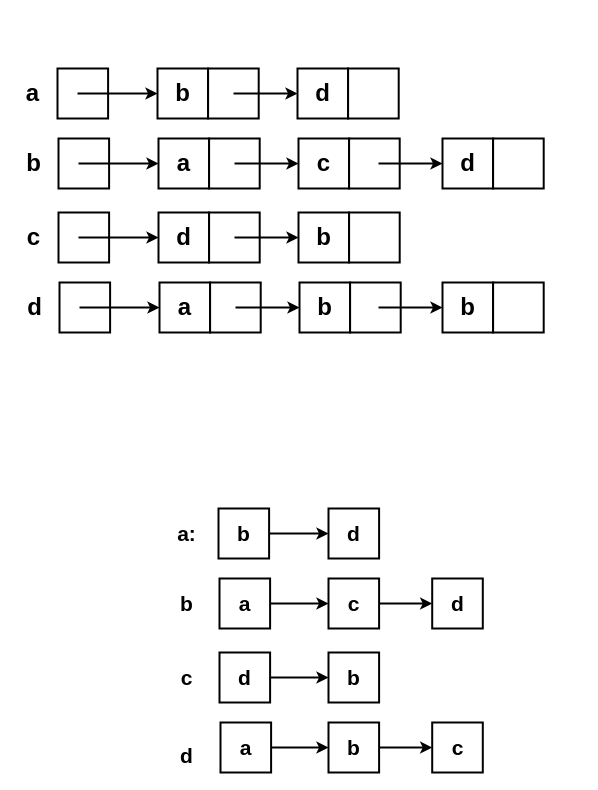
This is ds_graphs/drawio/adj-list.drawio from francisco-ricardo/ntm_post, a draw.io file, before an edit. Source tidied: cells renumbered, new cells numbered last; positions are measured from the earlier drawing's top-left corner, leaving out a move shared by most shapes. Both pictures are drawn from the tidied source at 100%, with x=0, y=0 at pixel (17, 68).
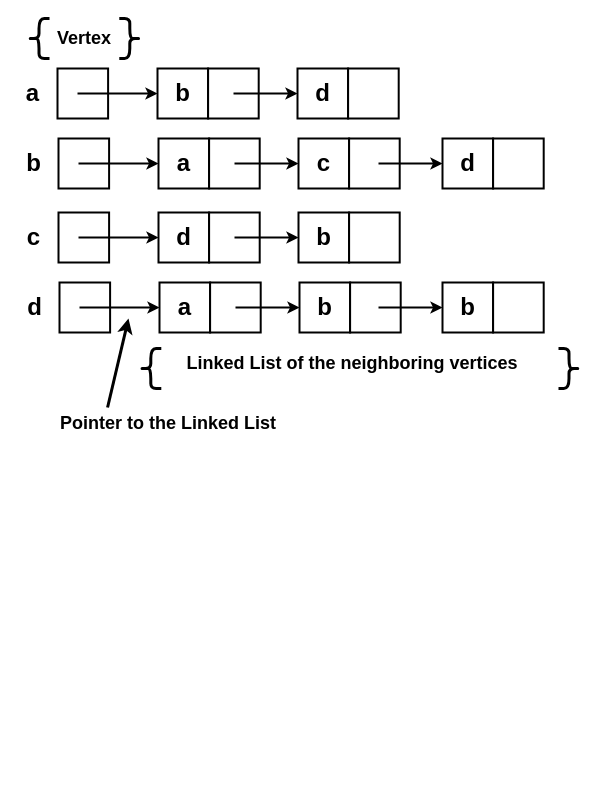
After the change.

Diff of the diagram source:
```diff
@@
-    <mxCell id="50" style="whiteSpace=wrap;html=1;strokeWidth=2;fontSize=21;" parent="1" vertex="1">
-      <mxGeometry x="201" y="440" width="50.6" height="50" as="geometry" />
-    </mxCell>
-    <mxCell id="51" value="a:" style="text;strokeColor=none;fillColor=none;html=1;fontSize=21;fontStyle=1;verticalAlign=middle;align=center;" parent="1" vertex="1">
-      <mxGeometry x="153.6" y="455" width="30" height="20" as="geometry" />
-    </mxCell>
-    <mxCell id="52" value="b" style="text;strokeColor=none;fillColor=none;html=1;fontSize=21;fontStyle=1;verticalAlign=middle;align=center;" parent="1" vertex="1">
-      <mxGeometry x="211.3" y="455" width="30" height="20" as="geometry" />
-    </mxCell>
-    <mxCell id="53" style="whiteSpace=wrap;html=1;strokeWidth=2;fontSize=21;" parent="1" vertex="1">
-      <mxGeometry x="311" y="440" width="50.6" height="50" as="geometry" />
-    </mxCell>
-    <mxCell id="54" value="d" style="text;strokeColor=none;fillColor=none;html=1;fontSize=21;fontStyle=1;verticalAlign=middle;align=center;" parent="1" vertex="1">
-      <mxGeometry x="321.3" y="455" width="30" height="20" as="geometry" />
-    </mxCell>
-    <mxCell id="55" style="endArrow=classic;html=1;rounded=0;entryX=0;entryY=0.5;entryDx=0;entryDy=0;strokeWidth=2;exitX=1;exitY=0.5;exitDx=0;exitDy=0;fontSize=21;" parent="1" edge="1" source="50" target="53">
-      <mxGeometry relative="1" as="geometry" />
-    </mxCell>
-    <mxCell id="56" style="whiteSpace=wrap;html=1;strokeWidth=2;fontSize=21;" parent="1" vertex="1">
-      <mxGeometry x="414.7" y="510" width="50.6" height="50" as="geometry" />
-    </mxCell>
-    <mxCell id="57" value="d" style="text;strokeColor=none;fillColor=none;html=1;fontSize=21;fontStyle=1;verticalAlign=middle;align=center;" parent="1" vertex="1">
-      <mxGeometry x="425" y="525" width="30" height="20" as="geometry" />
-    </mxCell>
-    <mxCell id="58" style="whiteSpace=wrap;html=1;strokeWidth=2;fontSize=21;" parent="1" vertex="1">
-      <mxGeometry x="202" y="510" width="50.6" height="50" as="geometry" />
-    </mxCell>
-    <mxCell id="59" value="b" style="text;strokeColor=none;fillColor=none;html=1;fontSize=21;fontStyle=1;verticalAlign=middle;align=center;" parent="1" vertex="1">
-      <mxGeometry x="153.6" y="525" width="30" height="20" as="geometry" />
-    </mxCell>
-    <mxCell id="60" value="a" style="text;strokeColor=none;fillColor=none;html=1;fontSize=21;fontStyle=1;verticalAlign=middle;align=center;" parent="1" vertex="1">
-      <mxGeometry x="212.3" y="525" width="30" height="20" as="geometry" />
-    </mxCell>
-    <mxCell id="61" style="whiteSpace=wrap;html=1;strokeWidth=2;fontSize=21;" parent="1" vertex="1">
-      <mxGeometry x="311" y="510" width="50.6" height="50" as="geometry" />
-    </mxCell>
-    <mxCell id="62" value="c" style="text;strokeColor=none;fillColor=none;html=1;fontSize=21;fontStyle=1;verticalAlign=middle;align=center;" parent="1" vertex="1">
-      <mxGeometry x="321.3" y="525" width="30" height="20" as="geometry" />
-    </mxCell>
-    <mxCell id="63" style="endArrow=classic;html=1;rounded=0;entryX=0;entryY=0.5;entryDx=0;entryDy=0;strokeWidth=2;fontSize=21;exitX=1;exitY=0.5;exitDx=0;exitDy=0;" parent="1" edge="1" source="58" target="61">
-      <mxGeometry relative="1" as="geometry" />
-    </mxCell>
-    <mxCell id="64" style="whiteSpace=wrap;html=1;strokeWidth=2;fontSize=21;" parent="1" vertex="1">
-      <mxGeometry x="202" y="584" width="50.6" height="50" as="geometry" />
-    </mxCell>
-    <mxCell id="65" value="c" style="text;strokeColor=none;fillColor=none;html=1;fontSize=21;fontStyle=1;verticalAlign=middle;align=center;" parent="1" vertex="1">
-      <mxGeometry x="153.6" y="599" width="30" height="20" as="geometry" />
-    </mxCell>
-    <mxCell id="66" value="d" style="text;strokeColor=none;fillColor=none;html=1;fontSize=21;fontStyle=1;verticalAlign=middle;align=center;" parent="1" vertex="1">
-      <mxGeometry x="212.3" y="599" width="30" height="20" as="geometry" />
-    </mxCell>
-    <mxCell id="67" style="whiteSpace=wrap;html=1;strokeWidth=2;fontSize=21;" parent="1" vertex="1">
-      <mxGeometry x="311" y="584" width="50.6" height="50" as="geometry" />
-    </mxCell>
-    <mxCell id="68" value="b" style="text;strokeColor=none;fillColor=none;html=1;fontSize=21;fontStyle=1;verticalAlign=middle;align=center;" parent="1" vertex="1">
-      <mxGeometry x="321.3" y="599" width="30" height="20" as="geometry" />
-    </mxCell>
-    <mxCell id="69" style="endArrow=classic;html=1;rounded=0;entryX=0;entryY=0.5;entryDx=0;entryDy=0;strokeWidth=2;fontSize=21;exitX=1;exitY=0.5;exitDx=0;exitDy=0;" parent="1" edge="1" source="64" target="67">
-      <mxGeometry relative="1" as="geometry" />
-    </mxCell>
-    <mxCell id="70" style="whiteSpace=wrap;html=1;strokeWidth=2;fontSize=21;" parent="1" vertex="1">
-      <mxGeometry x="203" y="654" width="50.6" height="50" as="geometry" />
-    </mxCell>
-    <mxCell id="71" value="d" style="text;strokeColor=none;fillColor=none;html=1;fontSize=21;fontStyle=1;verticalAlign=middle;align=center;" parent="1" vertex="1">
-      <mxGeometry x="153.6" y="677" width="30" height="20" as="geometry" />
-    </mxCell>
-    <mxCell id="72" value="a" style="text;strokeColor=none;fillColor=none;html=1;fontSize=21;fontStyle=1;verticalAlign=middle;align=center;" parent="1" vertex="1">
-      <mxGeometry x="213.3" y="669" width="30" height="20" as="geometry" />
-    </mxCell>
-    <mxCell id="73" style="whiteSpace=wrap;html=1;strokeWidth=2;fontSize=21;" parent="1" vertex="1">
-      <mxGeometry x="311" y="654" width="50.6" height="50" as="geometry" />
-    </mxCell>
-    <mxCell id="74" value="b" style="text;strokeColor=none;fillColor=none;html=1;fontSize=21;fontStyle=1;verticalAlign=middle;align=center;" parent="1" vertex="1">
-      <mxGeometry x="321.3" y="669" width="30" height="20" as="geometry" />
-    </mxCell>
-    <mxCell id="75" style="endArrow=classic;html=1;rounded=0;entryX=0;entryY=0.5;entryDx=0;entryDy=0;strokeWidth=2;fontSize=21;exitX=1;exitY=0.5;exitDx=0;exitDy=0;" parent="1" edge="1" source="70" target="73">
-      <mxGeometry relative="1" as="geometry" />
-    </mxCell>
-    <mxCell id="76" style="endArrow=classic;html=1;rounded=0;entryX=0;entryY=0.5;entryDx=0;entryDy=0;strokeWidth=2;fontSize=21;exitX=1;exitY=0.5;exitDx=0;exitDy=0;" parent="1" edge="1" source="61" target="56">
-      <mxGeometry relative="1" as="geometry" />
-    </mxCell>
-    <mxCell id="77" style="whiteSpace=wrap;html=1;strokeWidth=2;fontSize=21;" parent="1" vertex="1">
-      <mxGeometry x="414.7" y="654" width="50.6" height="50" as="geometry" />
-    </mxCell>
-    <mxCell id="78" value="c" style="text;strokeColor=none;fillColor=none;html=1;fontSize=21;fontStyle=1;verticalAlign=middle;align=center;" parent="1" vertex="1">
-      <mxGeometry x="425" y="669" width="30" height="20" as="geometry" />
-    </mxCell>
-    <mxCell id="79" style="endArrow=classic;html=1;rounded=0;entryX=0;entryY=0.5;entryDx=0;entryDy=0;strokeWidth=2;fontSize=21;exitX=1;exitY=0.5;exitDx=0;exitDy=0;" parent="1" edge="1" source="73" target="77">
-      <mxGeometry relative="1" as="geometry" />
-    </mxCell>
+    <mxCell id="80" value="Vertex" style="text;html=1;align=center;verticalAlign=middle;whiteSpace=wrap;rounded=0;fontSize=18;fontStyle=1;" parent="1" vertex="1">
+      <mxGeometry x="37.3" y="-45" width="60" height="30" as="geometry" />
+    </mxCell>
+    <mxCell id="81" style="rounded=0;jettySize=auto;html=1;exitX=0.223;exitY=-0.033;exitDx=0;exitDy=0;strokeWidth=3;exitPerimeter=0;" parent="1" edge="1" source="82">
+      <mxGeometry relative="1" as="geometry">
+        <mxPoint x="111" y="250" as="targetPoint" />
+      </mxGeometry>
+    </mxCell>
+    <mxCell id="82" value="Pointer to the Linked List" style="text;html=1;align=center;verticalAlign=middle;whiteSpace=wrap;rounded=0;fontSize=18;fontStyle=1;" parent="1" vertex="1">
+      <mxGeometry x="41" y="340" width="220" height="30" as="geometry" />
+    </mxCell>
+    <mxCell id="83" value="Linked List of the neighboring vertices" style="text;html=1;align=center;verticalAlign=middle;whiteSpace=wrap;rounded=0;fontSize=18;fontStyle=1;" parent="1" vertex="1">
+      <mxGeometry x="150.3" y="280" width="370" height="30" as="geometry" />
+    </mxCell>
+    <mxCell id="84" style="shape=curlyBracket;whiteSpace=wrap;html=1;rounded=1;labelPosition=left;verticalLabelPosition=middle;align=right;verticalAlign=middle;strokeWidth=3;" parent="1" vertex="1">
+      <mxGeometry x="122.8" y="280" width="21" height="40" as="geometry" />
+    </mxCell>
+    <mxCell id="85" style="shape=curlyBracket;whiteSpace=wrap;html=1;rounded=1;labelPosition=left;verticalLabelPosition=middle;align=right;verticalAlign=middle;strokeWidth=3;direction=west;" parent="1" vertex="1">
+      <mxGeometry x="541" y="280" width="21" height="40" as="geometry" />
+    </mxCell>
+    <mxCell id="86" style="shape=curlyBracket;whiteSpace=wrap;html=1;rounded=1;labelPosition=left;verticalLabelPosition=middle;align=right;verticalAlign=middle;strokeWidth=3;" parent="1" vertex="1">
+      <mxGeometry x="11" y="-50" width="21" height="40" as="geometry" />
+    </mxCell>
+    <mxCell id="87" style="shape=curlyBracket;whiteSpace=wrap;html=1;rounded=1;labelPosition=left;verticalLabelPosition=middle;align=right;verticalAlign=middle;strokeWidth=3;rotation=180;" parent="1" vertex="1">
+      <mxGeometry x="101.8" y="-50" width="21" height="40" as="geometry" />
+    </mxCell>
```
